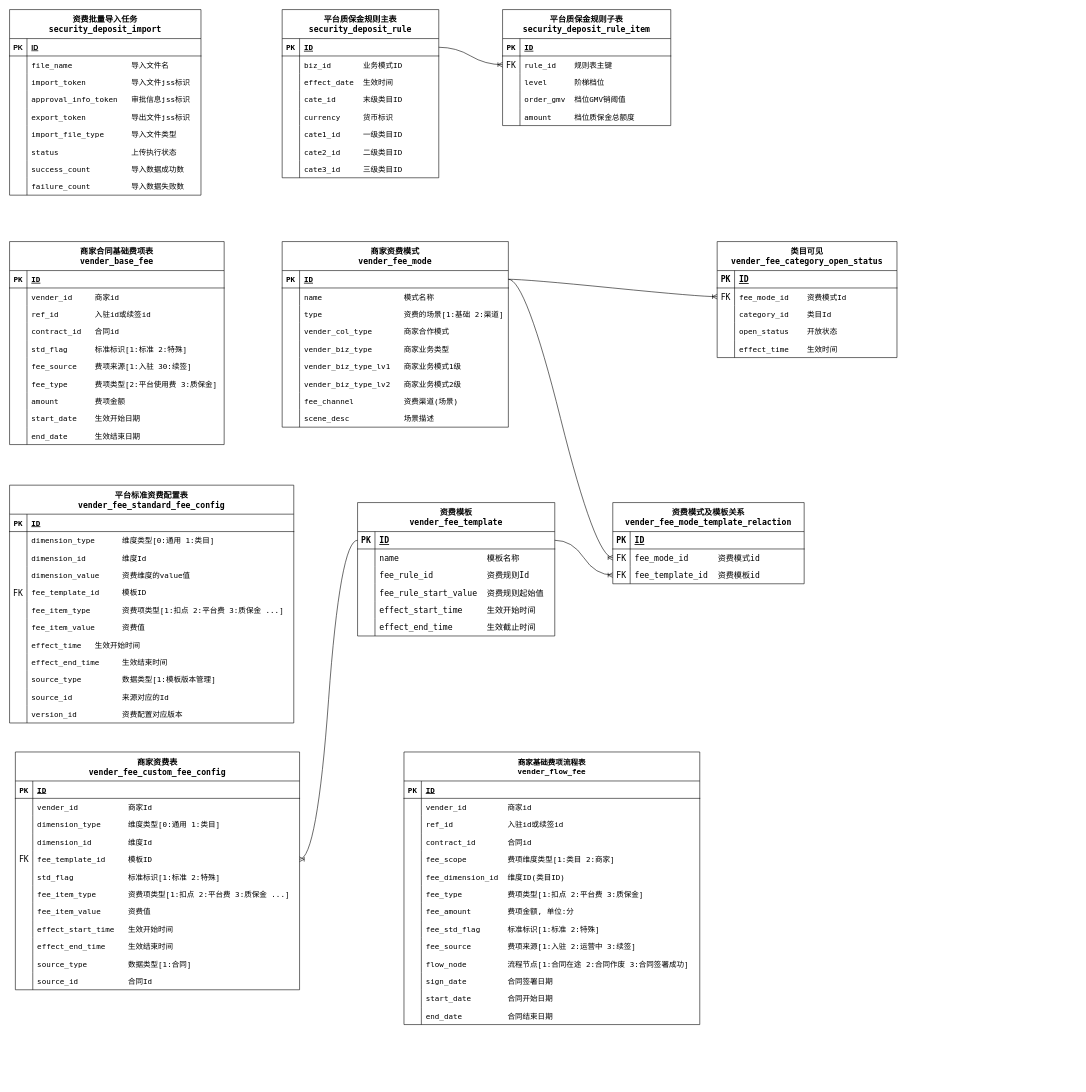
RubberBoy/some keeps this draw.io diagram as 新资费ER图.drawio. Above is the earlier version. Source tidied: cells renumbered, new cells numbered last; positions are measured from the earlier drawing's top-left corner, leaving out a move shared by most shapes. Both pictures are drawn from the tidied source at 58%, with x=0, y=0 at pixel (9, 9).
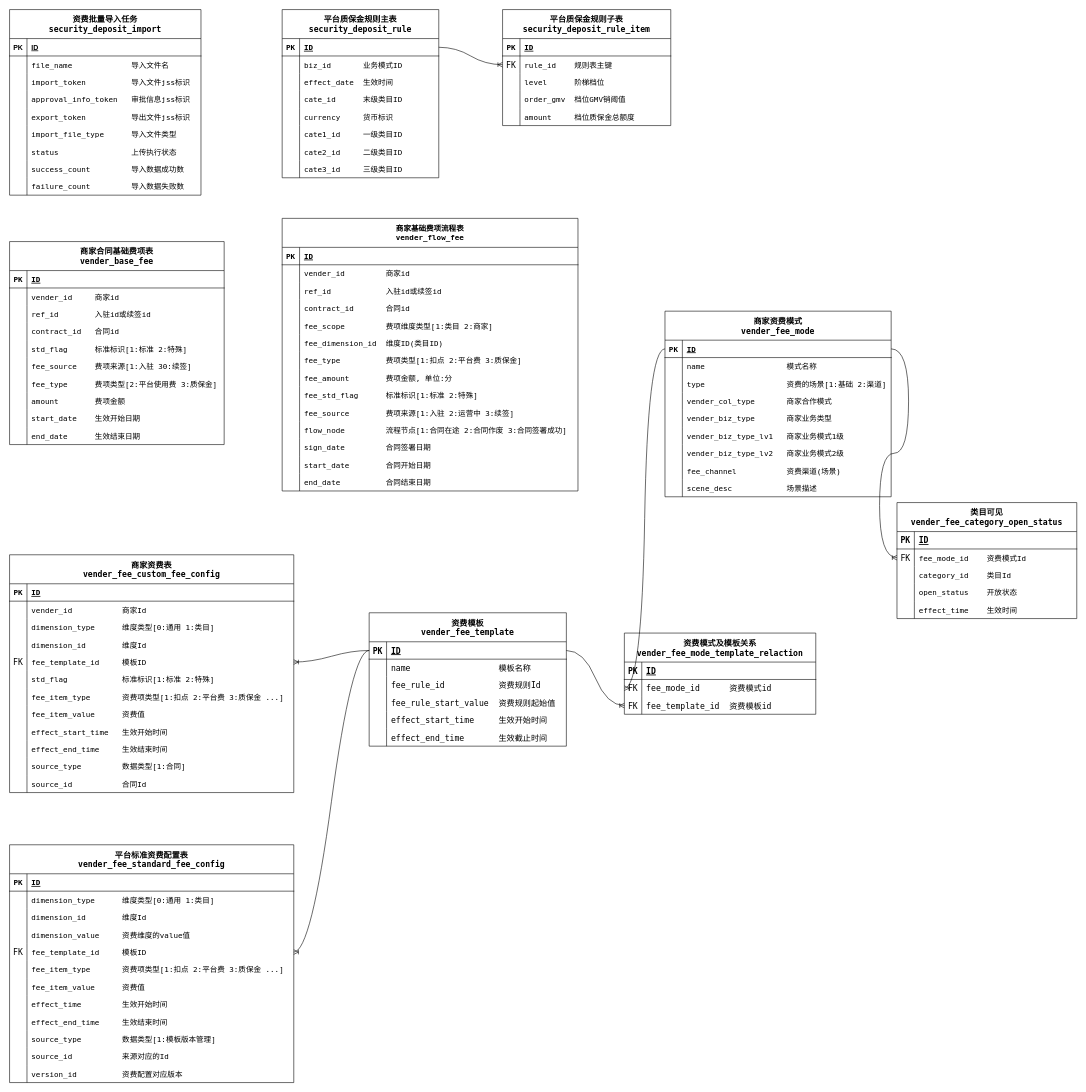
Above is the later version.

Commit message (it also covers changes not shown here):
更新新资费ER图.drawio

Unchanged cells that the change refers to:
```xml
<mxCell id="157" style="shape=tableRow;horizontal=0;startSize=0;swimlaneHead=0;swimlaneBody=0;fillColor=none;points=[[0,0.5],[1,0.5]];portConstraint=eastwest;top=0;left=0;right=0;bottom=1;fontFamily=Menlo;fontSize=13;" parent="156" vertex="1">
  <mxGeometry y="50" width="390" height="30" as="geometry" />
</mxCell>
<mxCell id="186" style="shape=tableRow;horizontal=0;startSize=0;swimlaneHead=0;swimlaneBody=0;fillColor=none;points=[[0,0.5],[1,0.5]];portConstraint=eastwest;top=0;left=0;right=0;bottom=1;fontFamily=Menlo;fontSize=14;" parent="185" vertex="1">
  <mxGeometry y="50" width="340" height="30" as="geometry" />
</mxCell>
<mxCell id="208" style="shape=tableRow;horizontal=0;startSize=0;swimlaneHead=0;swimlaneBody=0;fillColor=none;points=[[0,0.5],[1,0.5]];portConstraint=eastwest;top=0;left=0;right=0;bottom=0;fontFamily=Menlo;fontSize=14;" parent="204" vertex="1">
  <mxGeometry y="80" width="330" height="30" as="geometry" />
</mxCell>
<mxCell id="230" style="shape=tableRow;horizontal=0;startSize=0;swimlaneHead=0;swimlaneBody=0;fillColor=none;points=[[0,0.5],[1,0.5]];portConstraint=eastwest;top=0;left=0;right=0;bottom=0;fontFamily=Menlo;fontSize=14;" parent="217" vertex="1">
  <mxGeometry y="170" width="490" height="30" as="geometry" />
</mxCell>
<mxCell id="239" style="shape=tableRow;horizontal=0;startSize=0;swimlaneHead=0;swimlaneBody=0;fillColor=none;top=0;left=0;right=0;bottom=0;fontFamily=Menlo;fontSize=13;" parent="217" vertex="1">
  <mxGeometry y="260" width="490" height="30" as="geometry" />
</mxCell>
```

What changed in the source:
```diff
@@
     <mxCell id="103" value="类目可见&#10;vender_fee_category_open_status" style="shape=table;startSize=50;childLayout=tableLayout;rowLines=0;fontStyle=1;align=center;fontFamily=Menlo;fontSize=14;" parent="1" vertex="1">
-      <mxGeometry x="1220" y="400" width="310" height="200" as="geometry" />
+      <mxGeometry x="1530" y="850" width="310" height="200" as="geometry" />
     </mxCell>
@@
     <mxCell id="119" value="商家资费表&#10;vender_fee_custom_fee_config" style="shape=table;startSize=50;childLayout=tableLayout;rowLines=0;fontStyle=1;align=center;fontFamily=Menlo;fontSize=14;" parent="1" vertex="1">
-      <mxGeometry x="10" y="1280" width="490" height="410" as="geometry" />
+      <mxGeometry y="940" width="490" height="410" as="geometry" />
     </mxCell>
@@
     <mxCell id="156" value="商家资费模式&#10;vender_fee_mode" style="shape=table;startSize=50;childLayout=tableLayout;rowLines=0;fontStyle=1;align=center;fontFamily=Menlo;fontSize=14;" parent="1" vertex="1">
-      <mxGeometry x="470" y="400" width="390" height="320" as="geometry" />
+      <mxGeometry x="1130" y="520" width="390" height="320" as="geometry" />
     </mxCell>
@@
     <mxCell id="185" value="资费模板&#10;vender_fee_template" style="shape=table;startSize=50;childLayout=tableLayout;rowLines=0;fontStyle=1;align=center;fontFamily=Menlo;fontSize=14;" parent="1" vertex="1">
-      <mxGeometry x="600" y="850" width="340" height="230" as="geometry" />
+      <mxGeometry x="620" y="1040" width="340" height="230" as="geometry" />
     </mxCell>
@@
     <mxCell id="204" value="资费模式及模板关系&#10;vender_fee_mode_template_relaction" style="shape=table;startSize=50;childLayout=tableLayout;rowLines=0;fontStyle=1;align=center;fontFamily=Menlo;fontSize=14;" parent="1" vertex="1">
-      <mxGeometry x="1040" y="850" width="330" height="140" as="geometry" />
+      <mxGeometry x="1060" y="1075" width="330" height="140" as="geometry" />
     </mxCell>
@@
-    <mxCell id="214" style="edgeStyle=entityRelationEdgeStyle;fontSize=12;html=1;endArrow=ERoneToMany;fontFamily=Menlo;curved=1;exitX=1;exitY=0.5;exitDx=0;exitDy=0;" parent="1" edge="1" source="157" target="208">
+    <mxCell id="214" style="edgeStyle=entityRelationEdgeStyle;fontSize=12;html=1;endArrow=ERoneToMany;fontFamily=Menlo;entryX=0;entryY=0.5;entryDx=0;entryDy=0;exitX=0;exitY=0.5;exitDx=0;exitDy=0;curved=1;" parent="1" edge="1" source="157" target="208">
       <mxGeometry relative="1" as="geometry" />
     </mxCell>
@@
     <mxCell id="217" value="平台标准资费配置表&#10;vender_fee_standard_fee_config" style="shape=table;startSize=50;childLayout=tableLayout;rowLines=0;fontStyle=1;align=center;fontFamily=Menlo;fontSize=14;" parent="1" vertex="1">
-      <mxGeometry y="820" width="490" height="410" as="geometry" />
+      <mxGeometry y="1440" width="490" height="410" as="geometry" />
     </mxCell>
@@
-    <mxCell id="241" value="effect_time   生效开始时间" style="shape=partialRectangle;fillColor=none;top=0;left=0;bottom=0;right=0;align=left;spacingLeft=6;overflow=hidden;fontFamily=Menlo;fontSize=13;" parent="239" vertex="1">
+    <mxCell id="241" value="effect_time         生效开始时间" style="shape=partialRectangle;fillColor=none;top=0;left=0;bottom=0;right=0;align=left;spacingLeft=6;overflow=hidden;fontFamily=Menlo;fontSize=13;" parent="239" vertex="1">
       <mxGeometry x="30" width="460" height="30" as="geometry" />
     </mxCell>
@@
     <mxCell id="254" value="商家基础费项流程表&#10;vender_flow_fee" style="shape=table;startSize=50;childLayout=tableLayout;rowLines=0;fontStyle=1;align=center;fontFamily=Menlo;fontSize=13;" parent="1" vertex="1">
-      <mxGeometry x="680" y="1280" width="510" height="470" as="geometry" />
+      <mxGeometry x="470" y="360" width="510" height="470" as="geometry" />
     </mxCell>
@@
+    <mxCell id="297" style="edgeStyle=entityRelationEdgeStyle;fontSize=12;html=1;endArrow=ERoneToMany;fontFamily=Menlo;curved=1;exitX=0;exitY=0.5;exitDx=0;exitDy=0;" parent="1" edge="1" source="186" target="230">
+      <mxGeometry relative="1" as="geometry" />
+    </mxCell>
```
